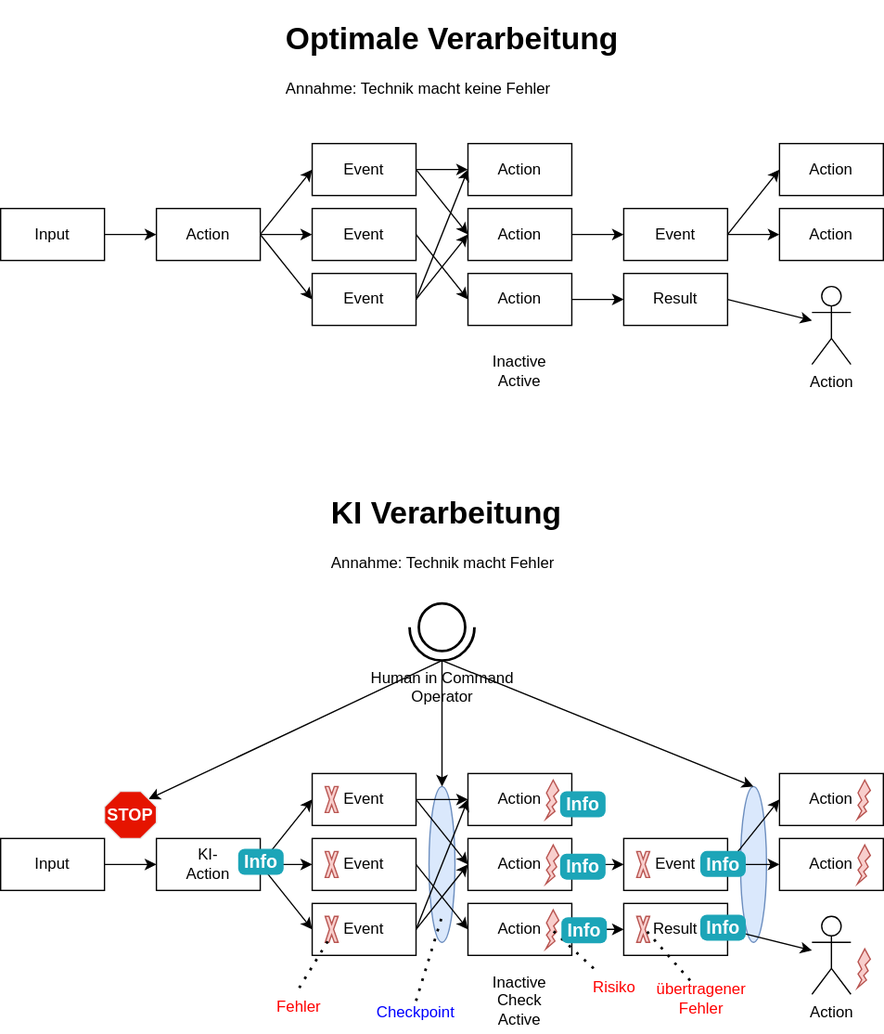
Before: docs/imgs/use-cases.drawio.svg, a diagram exported from draw.io (starwit/ai-cockpit). Source tidied: cells renumbered, new cells last; positions are measured from the earlier drawing's top-left corner, leaving out a move shared by most shapes.
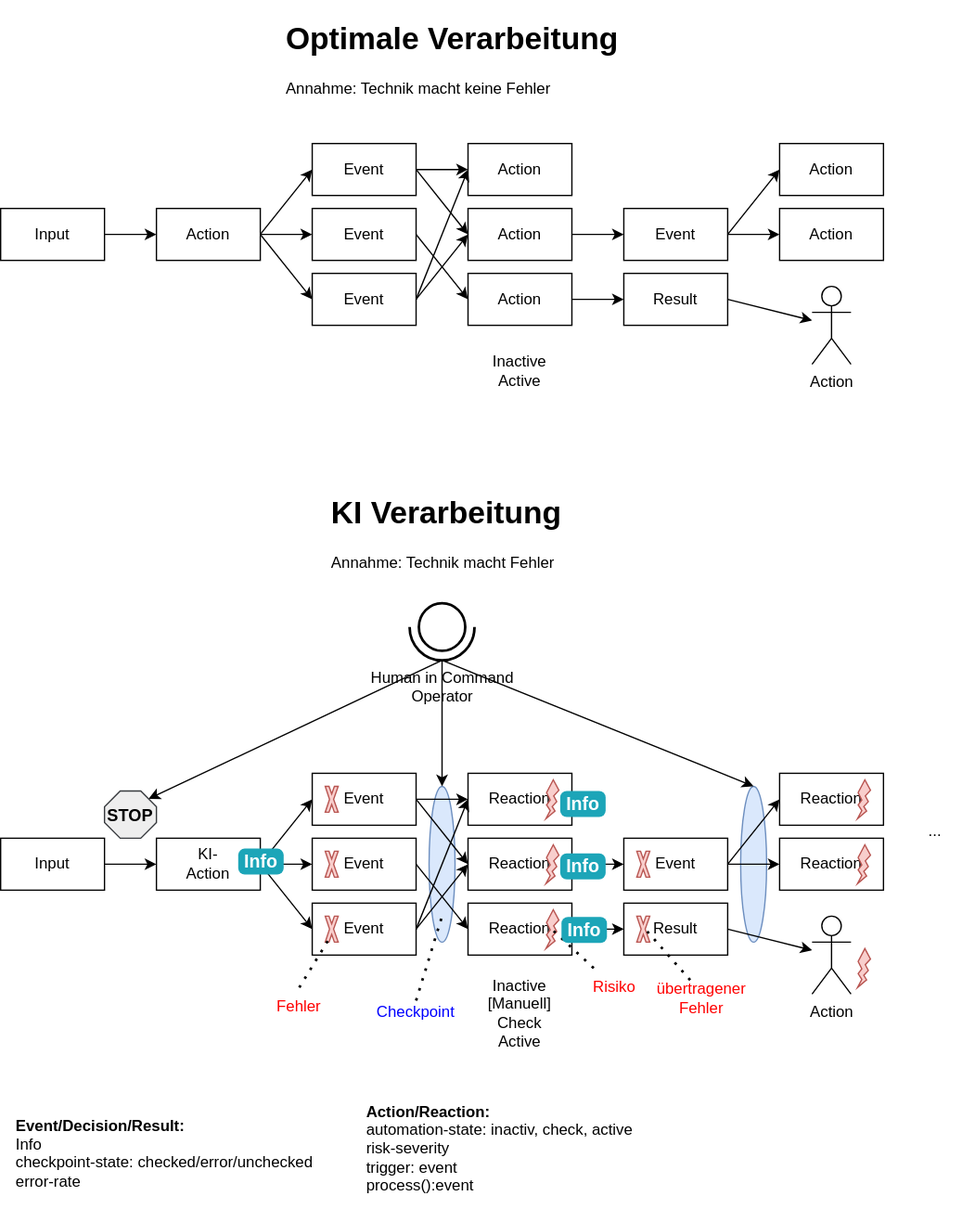
After the change.

Commit message:
changed autonomie levels

Diff of the diagram source:
```diff
@@ -2,6 +2,15 @@
   <root>
     <mxCell id="0" />
     <mxCell id="1" value="Untitled Layer" parent="0" />
+    <mxCell id="93" value="..." style="text;html=1;align=center;verticalAlign=middle;whiteSpace=wrap;rounded=0;" parent="1" vertex="1">
+      <mxGeometry x="690" y="610" width="60" height="40" as="geometry" />
+    </mxCell>
+    <mxCell id="94" value="&lt;b&gt;Event/Decision/Result:&lt;br&gt;&lt;/b&gt;Info&lt;br&gt;checkpoint-state: checked/error/unchecked&lt;br&gt;error-rate&lt;br&gt;&lt;div style=&quot;&quot;&gt;&lt;br&gt;&lt;/div&gt;" style="text;html=1;strokeColor=none;fillColor=none;align=left;verticalAlign=middle;whiteSpace=wrap;rounded=0;" parent="1" vertex="1">
+      <mxGeometry x="10" y="860" width="240" height="50" as="geometry" />
+    </mxCell>
+    <mxCell id="95" value="&lt;b&gt;Action/Reaction:&lt;br&gt;&lt;/b&gt;automation-state: inactiv, check, active&lt;br&gt;&lt;span style=&quot;background-color: initial;&quot;&gt;risk-severity&lt;br&gt;trigger: event&lt;br&gt;&lt;/span&gt;process():event" style="text;html=1;strokeColor=none;fillColor=none;align=left;verticalAlign=middle;whiteSpace=wrap;rounded=0;" parent="1" vertex="1">
+      <mxGeometry x="280" y="830" width="210" height="88" as="geometry" />
+    </mxCell>
     <mxCell id="2" parent="0" />
     <mxCell id="3" value="Action" style="rounded=0;whiteSpace=wrap;html=1;" parent="2" vertex="1">
       <mxGeometry x="120" y="150" width="80" height="40" as="geometry" />
@@ -105,7 +114,7 @@
     <mxCell id="34" value="KI-&lt;br&gt;Action" style="rounded=0;whiteSpace=wrap;html=1;" parent="2" vertex="1">
       <mxGeometry x="120" y="635" width="80" height="40" as="geometry" />
     </mxCell>
-    <mxCell id="35" value="Action" style="rounded=0;whiteSpace=wrap;html=1;" parent="2" vertex="1">
+    <mxCell id="35" value="Reaction" style="rounded=0;whiteSpace=wrap;html=1;" parent="2" vertex="1">
       <mxGeometry x="360" y="635" width="80" height="40" as="geometry" />
     </mxCell>
     <mxCell id="36" value="Event" style="rounded=0;whiteSpace=wrap;html=1;" parent="2" vertex="1">
@@ -114,7 +123,7 @@
     <mxCell id="37" value="Event" style="rounded=0;whiteSpace=wrap;html=1;" parent="2" vertex="1">
       <mxGeometry x="480" y="635" width="80" height="40" as="geometry" />
     </mxCell>
-    <mxCell id="38" value="Action" style="rounded=0;whiteSpace=wrap;html=1;" parent="2" vertex="1">
+    <mxCell id="38" value="Reaction" style="rounded=0;whiteSpace=wrap;html=1;" parent="2" vertex="1">
       <mxGeometry x="600" y="635" width="80" height="40" as="geometry" />
     </mxCell>
     <mxCell id="39" value="Event" style="rounded=0;whiteSpace=wrap;html=1;" parent="2" vertex="1">
@@ -123,23 +132,23 @@
     <mxCell id="40" value="Event" style="rounded=0;whiteSpace=wrap;html=1;" parent="2" vertex="1">
       <mxGeometry x="240" y="585" width="80" height="40" as="geometry" />
     </mxCell>
-    <mxCell id="41" value="Action" style="rounded=0;whiteSpace=wrap;html=1;" parent="2" vertex="1">
+    <mxCell id="41" value="Reaction" style="rounded=0;whiteSpace=wrap;html=1;" parent="2" vertex="1">
       <mxGeometry x="360" y="585" width="80" height="40" as="geometry" />
     </mxCell>
-    <mxCell id="42" value="Action" style="rounded=0;whiteSpace=wrap;html=1;" parent="2" vertex="1">
+    <mxCell id="42" value="Reaction" style="rounded=0;whiteSpace=wrap;html=1;" parent="2" vertex="1">
       <mxGeometry x="360" y="685" width="80" height="40" as="geometry" />
     </mxCell>
     <mxCell id="43" value="Result" style="rounded=0;whiteSpace=wrap;html=1;" parent="2" vertex="1">
       <mxGeometry x="480" y="685" width="80" height="40" as="geometry" />
     </mxCell>
-    <mxCell id="44" value="Action" style="rounded=0;whiteSpace=wrap;html=1;" parent="2" vertex="1">
+    <mxCell id="44" value="Reaction" style="rounded=0;whiteSpace=wrap;html=1;" parent="2" vertex="1">
       <mxGeometry x="600" y="585" width="80" height="40" as="geometry" />
     </mxCell>
     <mxCell id="45" value="Input" style="rounded=0;whiteSpace=wrap;html=1;" parent="2" vertex="1">
       <mxGeometry y="635" width="80" height="40" as="geometry" />
     </mxCell>
-    <mxCell id="46" value="Inactive&lt;br&gt;Check&lt;br&gt;Active" style="text;html=1;strokeColor=none;fillColor=none;align=center;verticalAlign=middle;whiteSpace=wrap;rounded=0;" parent="2" vertex="1">
-      <mxGeometry x="370" y="735" width="60" height="50" as="geometry" />
+    <mxCell id="46" value="Inactive&lt;br&gt;[Manuell]&lt;br&gt;Check&lt;br&gt;Active" style="text;html=1;strokeColor=none;fillColor=none;align=center;verticalAlign=middle;whiteSpace=wrap;rounded=0;" parent="2" vertex="1">
+      <mxGeometry x="370" y="745" width="60" height="50" as="geometry" />
     </mxCell>
     <mxCell id="47" style="endArrow=classic;html=1;exitX=1;exitY=0.5;exitDx=0;exitDy=0;" parent="2" edge="1" source="40">
       <mxGeometry relative="1" as="geometry">
@@ -248,7 +257,7 @@
     <mxCell id="78" style="verticalLabelPosition=bottom;verticalAlign=top;html=1;shape=mxgraph.basic.x;fillColor=#f8cecc;strokeColor=#b85450;" parent="2" vertex="1">
       <mxGeometry x="490" y="695" width="10" height="20" as="geometry" />
     </mxCell>
-    <mxCell id="79" value="STOP" style="whiteSpace=wrap;html=1;shape=mxgraph.basic.octagon2;align=center;verticalAlign=middle;dx=6.04;fontSize=13;fontColor=#ffffff;fontStyle=1;fillColor=#e51400;strokeColor=#E6E6E6;" parent="2" vertex="1">
+    <mxCell id="79" value="STOP" style="whiteSpace=wrap;html=1;shape=mxgraph.basic.octagon2;align=center;verticalAlign=middle;dx=6.04;fontSize=13;fontStyle=1;fillColor=#eeeeee;strokeColor=#36393d;" parent="2" vertex="1">
       <mxGeometry x="80" y="598.6" width="40" height="36.4" as="geometry" />
     </mxCell>
     <mxCell id="80" value="&lt;h1&gt;KI Verarbeitung&lt;/h1&gt;&lt;p&gt;Annahme: Technik macht Fehler&lt;/p&gt;" style="text;html=1;strokeColor=none;fillColor=none;spacing=5;spacingTop=-20;whiteSpace=wrap;overflow=hidden;rounded=0;" parent="2" vertex="1">
@@ -278,12 +287,6 @@
     <mxCell id="88" value="Info" style="html=1;shadow=0;dashed=0;shape=mxgraph.bootstrap.rrect;rSize=5;strokeColor=none;strokeWidth=1;fillColor=#1CA5B8;fontColor=#FFFFFF;whiteSpace=wrap;align=left;verticalAlign=middle;spacingLeft=0;fontStyle=1;fontSize=14;spacing=5;" parent="2" vertex="1">
       <mxGeometry x="432" y="695.6" width="35" height="20" as="geometry" />
     </mxCell>
-    <mxCell id="89" value="Info" style="html=1;shadow=0;dashed=0;shape=mxgraph.bootstrap.rrect;rSize=5;strokeColor=none;strokeWidth=1;fillColor=#1CA5B8;fontColor=#FFFFFF;whiteSpace=wrap;align=left;verticalAlign=middle;spacingLeft=0;fontStyle=1;fontSize=14;spacing=5;" parent="2" vertex="1">
-      <mxGeometry x="539" y="644.6" width="35" height="20" as="geometry" />
-    </mxCell>
-    <mxCell id="90" value="Info" style="html=1;shadow=0;dashed=0;shape=mxgraph.bootstrap.rrect;rSize=5;strokeColor=none;strokeWidth=1;fillColor=#1CA5B8;fontColor=#FFFFFF;whiteSpace=wrap;align=left;verticalAlign=middle;spacingLeft=0;fontStyle=1;fontSize=14;spacing=5;" parent="2" vertex="1">
-      <mxGeometry x="539" y="693.6" width="35" height="20" as="geometry" />
-    </mxCell>
     <mxCell id="91" value="&lt;font color=&quot;#ff0000&quot;&gt;übertragener&lt;br&gt;Fehler&lt;/font&gt;" style="text;html=1;strokeColor=none;fillColor=none;align=center;verticalAlign=middle;whiteSpace=wrap;rounded=0;" parent="2" vertex="1">
       <mxGeometry x="510" y="743" width="60" height="30" as="geometry" />
     </mxCell>
```
